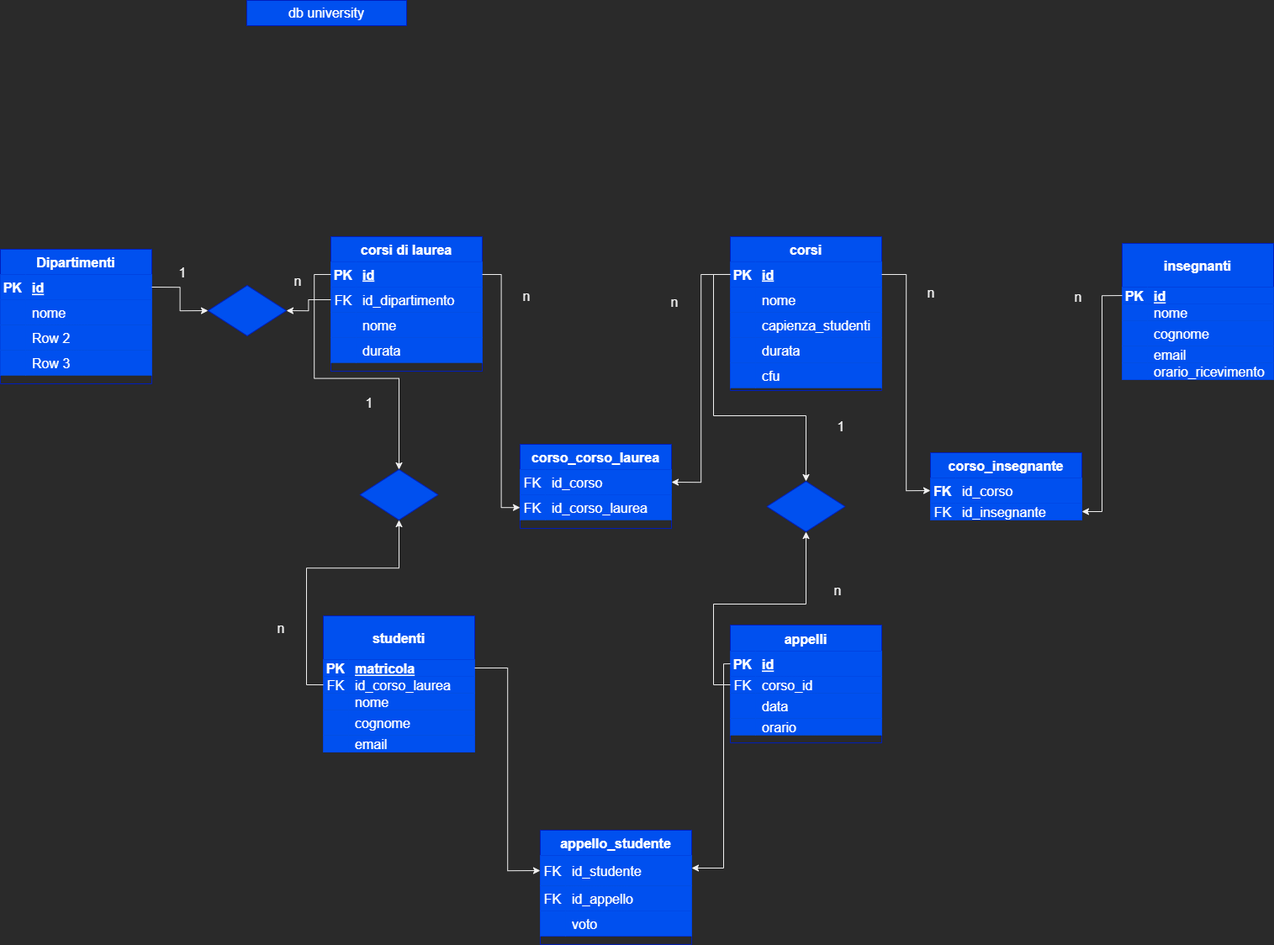
Before: db-university.drawio.png, a diagram exported from draw.io (Amreal-Lamanera/db-university). Source tidied: cells renumbered, new cells last; positions are measured from the earlier drawing's top-left corner, leaving out a move shared by most shapes.
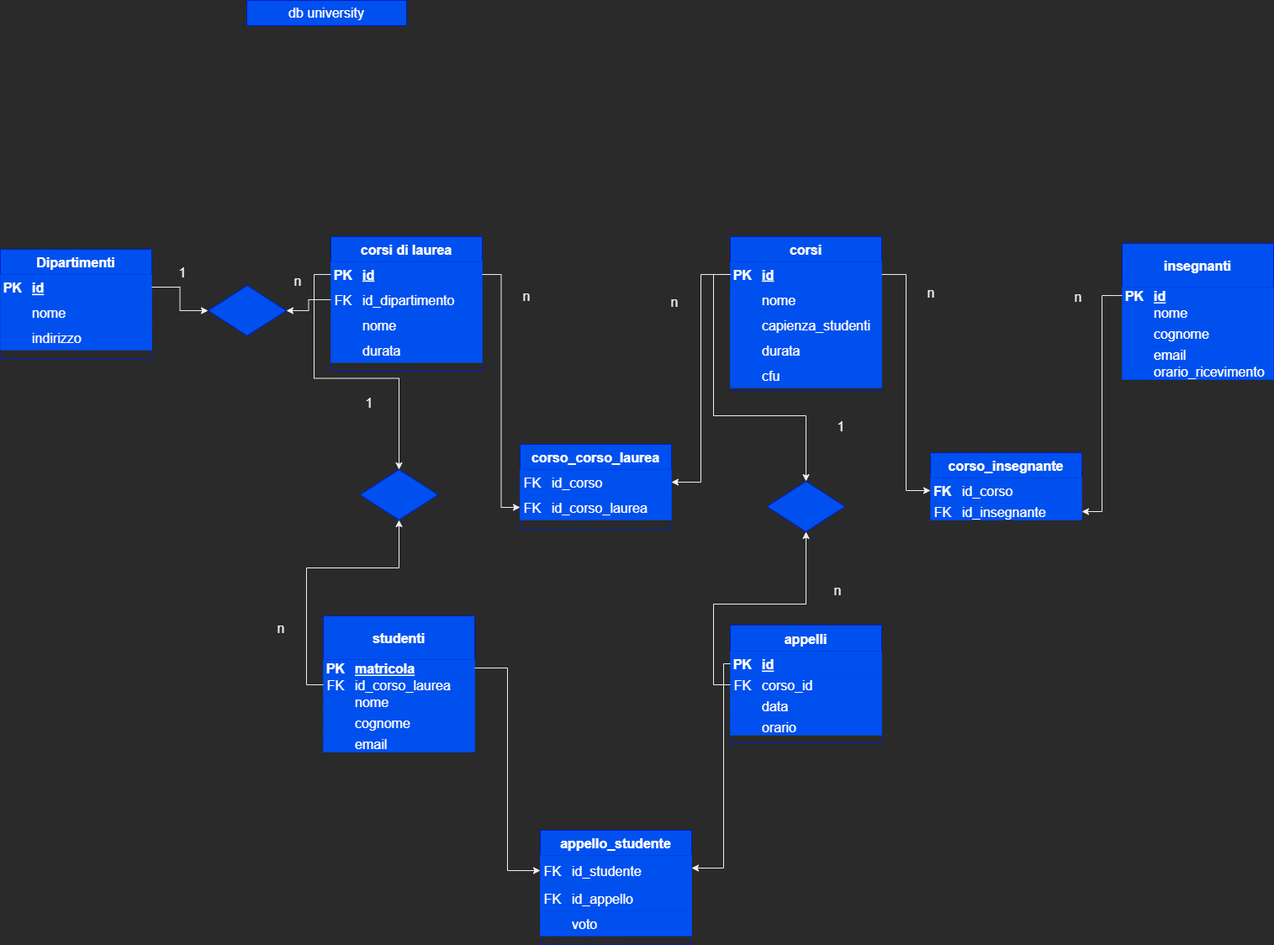
The same file after the commit.

The edit, as a diff of the source:
```diff
@@ -3,7 +3,7 @@
     <mxCell id="0" />
     <mxCell id="1" parent="0" />
     <mxCell id="2" value="Dipartimenti" style="shape=table;startSize=30;rowLines=0;fontStyle=1;align=center;fontSize=16;fillColor=#0050ef;fontColor=#ffffff;strokeColor=#001DBC;" parent="1" vertex="1">
-      <mxGeometry y="296" width="180" height="160" as="geometry" />
+      <mxGeometry y="296" width="180" height="130" as="geometry" />
     </mxCell>
     <mxCell id="3" style="shape=tableRow;horizontal=0;startSize=0;swimlaneHead=0;swimlaneBody=0;points=[[0,0.5],[1,0.5]];portConstraint=eastwest;top=0;left=0;right=0;bottom=1;fontSize=16;fillColor=#0050ef;fontColor=#ffffff;strokeColor=#001DBC;" parent="2" vertex="1">
       <mxGeometry y="30" width="180" height="30" as="geometry" />
@@ -29,18 +29,9 @@
     <mxCell id="10" style="shape=partialRectangle;top=0;left=0;bottom=0;right=0;overflow=hidden;fontSize=16;fillColor=#0050ef;fontColor=#ffffff;strokeColor=#001DBC;" parent="9" vertex="1">
       <mxGeometry width="30" height="30" as="geometry" />
     </mxCell>
-    <mxCell id="11" value="Row 2" style="shape=partialRectangle;top=0;left=0;bottom=0;right=0;align=left;spacingLeft=6;overflow=hidden;fontSize=16;fillColor=#0050ef;fontColor=#ffffff;strokeColor=#001DBC;" parent="9" vertex="1">
+    <mxCell id="11" value="indirizzo" style="shape=partialRectangle;top=0;left=0;bottom=0;right=0;align=left;spacingLeft=6;overflow=hidden;fontSize=16;fillColor=#0050ef;fontColor=#ffffff;strokeColor=#001DBC;" parent="9" vertex="1">
       <mxGeometry x="30" width="150" height="30" as="geometry" />
     </mxCell>
-    <mxCell id="12" style="shape=tableRow;horizontal=0;startSize=0;swimlaneHead=0;swimlaneBody=0;top=0;left=0;right=0;bottom=0;fontSize=16;fillColor=#0050ef;fontColor=#ffffff;strokeColor=#001DBC;" parent="2" vertex="1">
-      <mxGeometry y="120" width="180" height="30" as="geometry" />
-    </mxCell>
-    <mxCell id="13" style="shape=partialRectangle;top=0;left=0;bottom=0;right=0;overflow=hidden;fontSize=16;fillColor=#0050ef;fontColor=#ffffff;strokeColor=#001DBC;" parent="12" vertex="1">
-      <mxGeometry width="30" height="30" as="geometry" />
-    </mxCell>
-    <mxCell id="14" value="Row 3" style="shape=partialRectangle;top=0;left=0;bottom=0;right=0;align=left;spacingLeft=6;overflow=hidden;fontSize=16;fillColor=#0050ef;fontColor=#ffffff;strokeColor=#001DBC;" parent="12" vertex="1">
-      <mxGeometry x="30" width="150" height="30" as="geometry" />
-    </mxCell>
     <mxCell id="15" style="shape=rhombus;perimeter=rhombusPerimeter;whiteSpace=wrap;html=1;align=center;fillColor=#0050ef;fontColor=#ffffff;strokeColor=#001DBC;fontSize=16;" parent="1" vertex="1">
       <mxGeometry x="247" y="339" width="93" height="60" as="geometry" />
     </mxCell>
```
